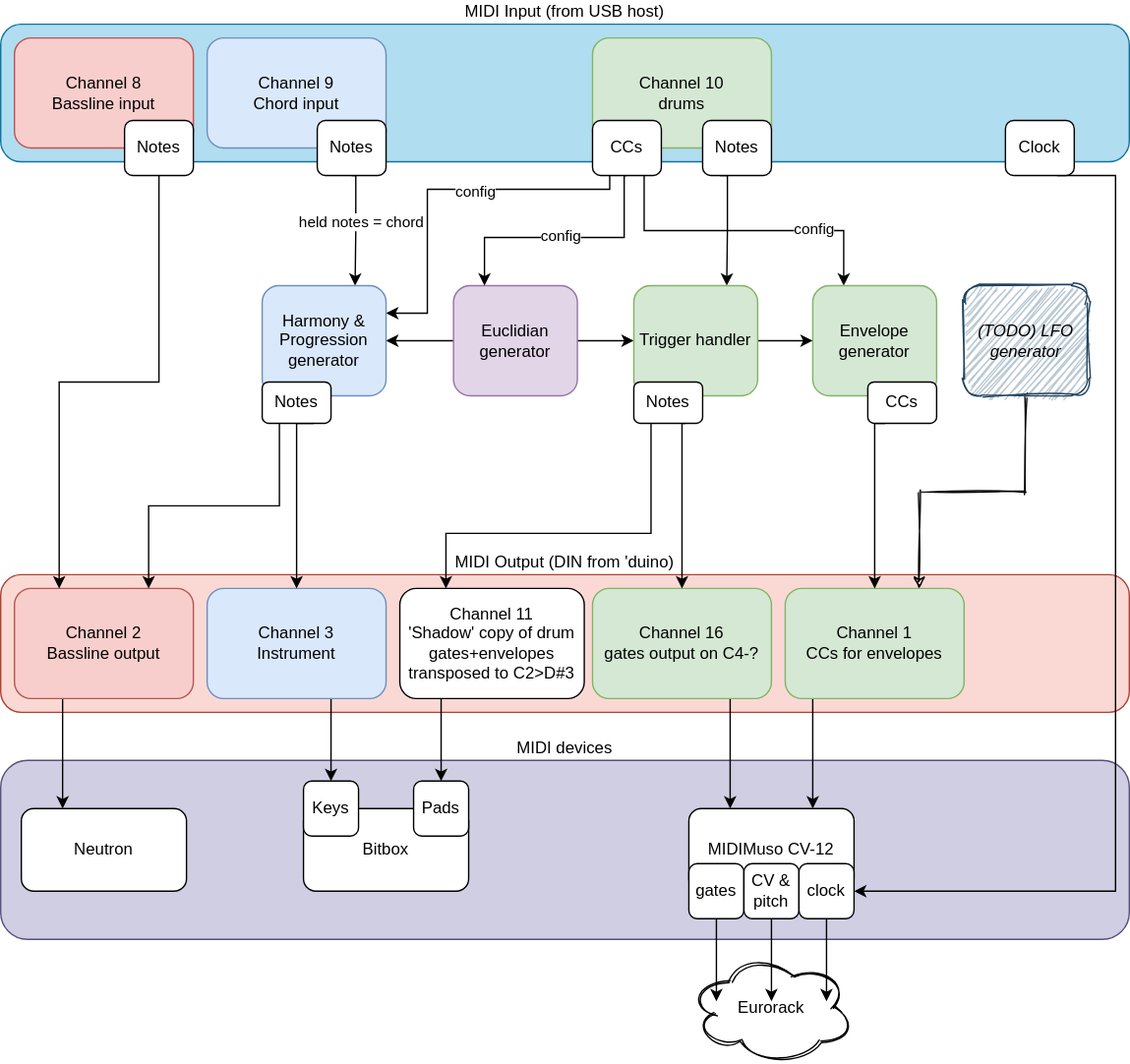
Above: drum2musocv_routing_diagram.svg in doctea/drum2musocv (draw.io), before the change. Source tidied: cells renumbered, new cells last; positions are measured from the earlier drawing's top-left corner, leaving out a move shared by most shapes.
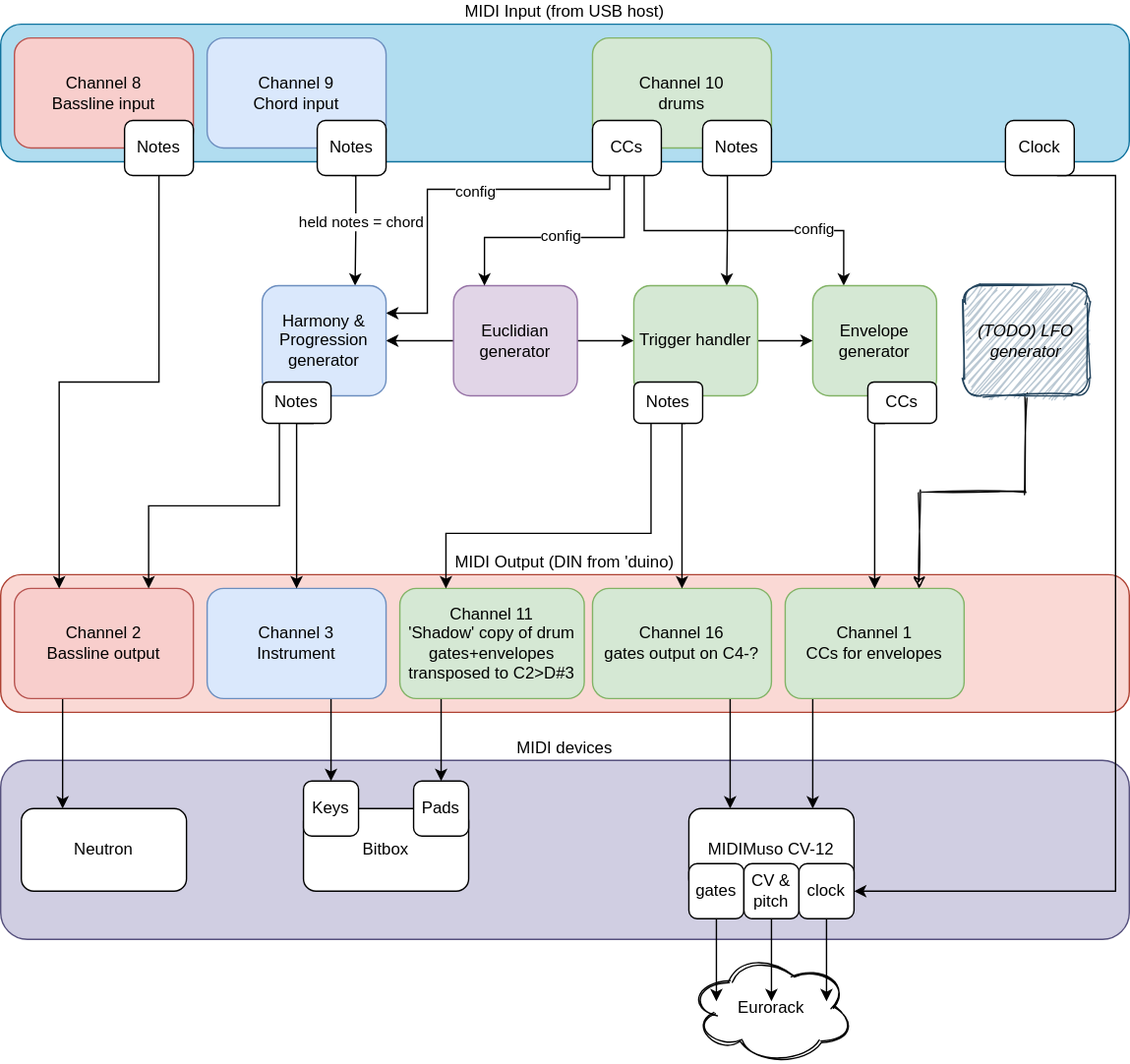
After the change.

Change to the diagram source:
```diff
@@ -38,7 +38,7 @@
         </Array>
       </mxGeometry>
     </mxCell>
-    <mxCell id="10" value="Channel 11&lt;br&gt;'Shadow' copy of drum gates+envelopes transposed to C2&amp;gt;D#3" style="rounded=1;whiteSpace=wrap;html=1;" parent="1" vertex="1">
+    <mxCell id="10" value="Channel 11&lt;br&gt;'Shadow' copy of drum gates+envelopes transposed to C2&amp;gt;D#3" style="rounded=1;whiteSpace=wrap;html=1;fillColor=#d5e8d4;strokeColor=#82b366;" parent="1" vertex="1">
       <mxGeometry x="290" y="410" width="134" height="80" as="geometry" />
     </mxCell>
     <mxCell id="11" style="edgeStyle=orthogonalEdgeStyle;rounded=0;jettySize=auto;html=1;exitX=0.75;exitY=1;exitDx=0;exitDy=0;entryX=0.25;entryY=0;entryDx=0;entryDy=0;" parent="1" edge="1" source="12" target="50">
```
